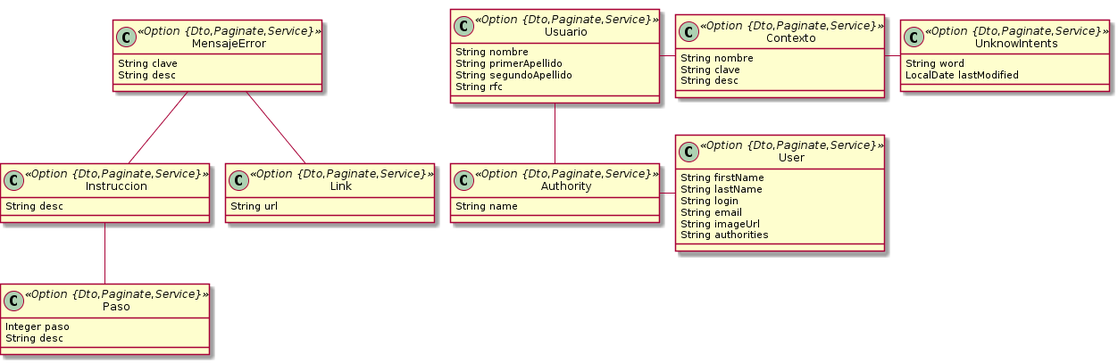
Above: entities.png in salsa-community/kbase (PlantUML), before the change.
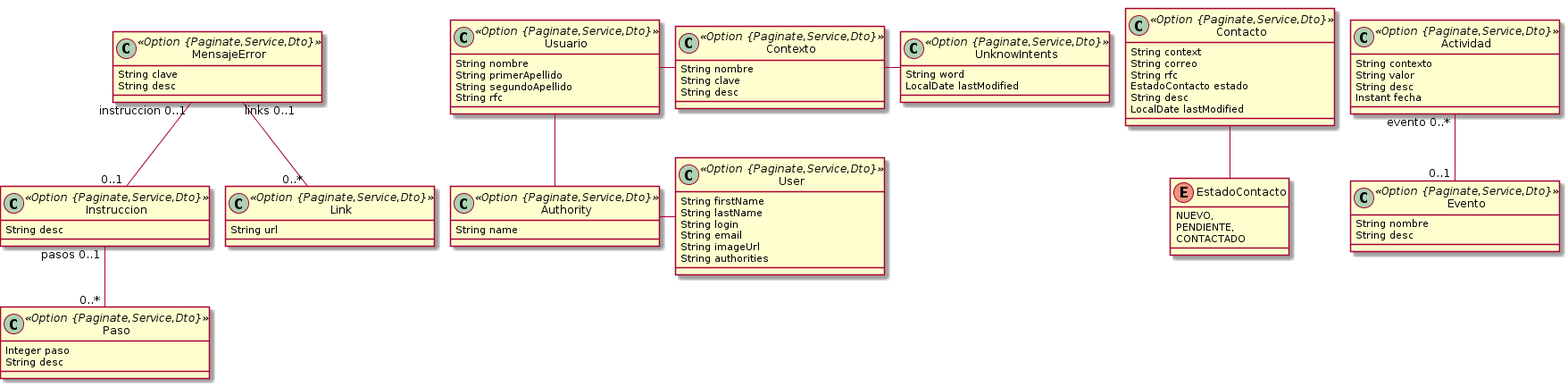
After the change.

Change to the diagram source:
```diff
@@ -1,42 +1,67 @@
 @startuml
 	!pragma graphviz_dot jdot
 	!pragma syntax class
-	class MensajeError <<Option {Dto,Paginate,Service}>> {
+	class MensajeError <<Option {Paginate,Service,Dto}>> {
 		String clave
 		String desc
 	}
-	class Instruccion <<Option {Dto,Paginate,Service}>> {
+	class Instruccion <<Option {Paginate,Service,Dto}>> {
 		String desc
 	}
-	class Link <<Option {Dto,Paginate,Service}>> {
+	class Link <<Option {Paginate,Service,Dto}>> {
 		String url
 	}
-	class Paso <<Option {Dto,Paginate,Service}>> {
+	class Paso <<Option {Paginate,Service,Dto}>> {
 		Integer paso
 		String desc
 	}
-	class Usuario <<Option {Dto,Paginate,Service}>> {
+	class Usuario <<Option {Paginate,Service,Dto}>> {
 		String nombre
 		String primerApellido
 		String segundoApellido
 		String rfc
 	}
-	class Contexto <<Option {Dto,Paginate,Service}>> {
+	class Contexto <<Option {Paginate,Service,Dto}>> {
 		String nombre
 		String clave
 		String desc
 	}
-	class UnknowIntents <<Option {Dto,Paginate,Service}>> {
+	class UnknowIntents <<Option {Paginate,Service,Dto}>> {
 		String word
 		LocalDate lastModified
+	}
+	class Contacto <<Option {Paginate,Service,Dto}>> {
+		String context
+		String correo
+		String rfc
+		EstadoContacto estado
+		String desc
+		LocalDate lastModified
+	}
+	Contacto ..> EstadoContacto
+	enum EstadoContacto {
+		NUEVO,
+		PENDIENTE,
+		CONTACTADO
+	}
+	class Actividad <<Option {Paginate,Service,Dto}>> {
+		String contexto
+		String valor
+		String desc
+		Instant fecha
+	}
+	class Evento <<Option {Paginate,Service,Dto}>> {
+		String nombre
+		String desc
 	}
 	MensajeError  "instruccion 0..1 " -- "0..1 "  Instruccion
 	MensajeError  "links 0..1 " --o "0..* "  Link
 	Instruccion  "pasos 0..1 " --o "0..* "  Paso
-	class Authority <<Option {Dto,Paginate,Service}>> {
+	Actividad  "evento 0..* " o-- "0..1 "  Evento
+	class Authority <<Option {Paginate,Service,Dto}>> {
 		String name
 	}
-	class User <<Option {Dto,Paginate,Service}>> {
+	class User <<Option {Paginate,Service,Dto}>> {
 		String firstName
 		String lastName
 		String login
```
